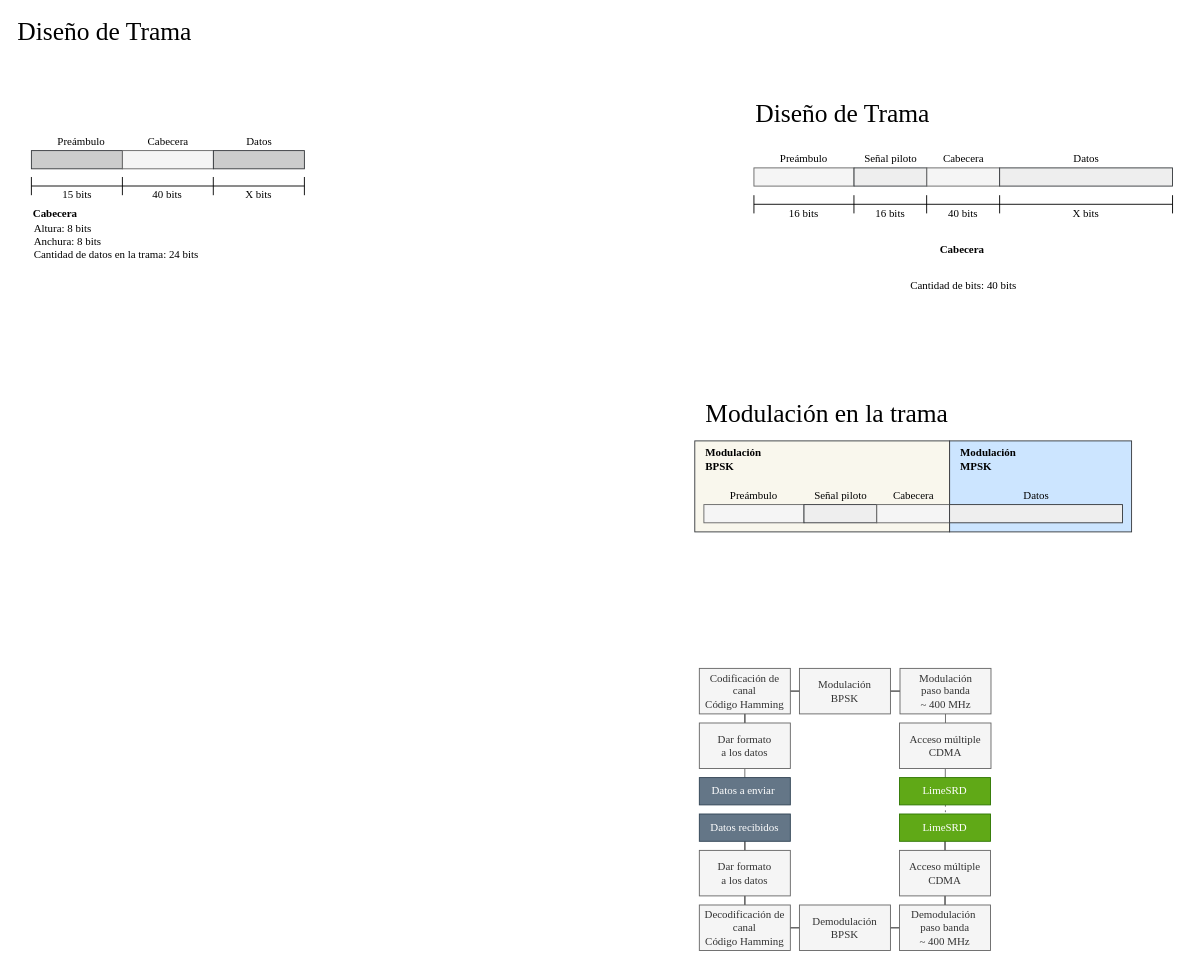
Earlier version of the draw.io diagram reporte/trama.drawio (luis-herasme/Hermes). Source tidied: cells renumbered, new cells numbered last; positions are measured from the earlier drawing's top-left corner, leaving out a move shared by most shapes. Both pictures are drawn from the tidied source at 91%, with x=0, y=0 at pixel (15, 22).
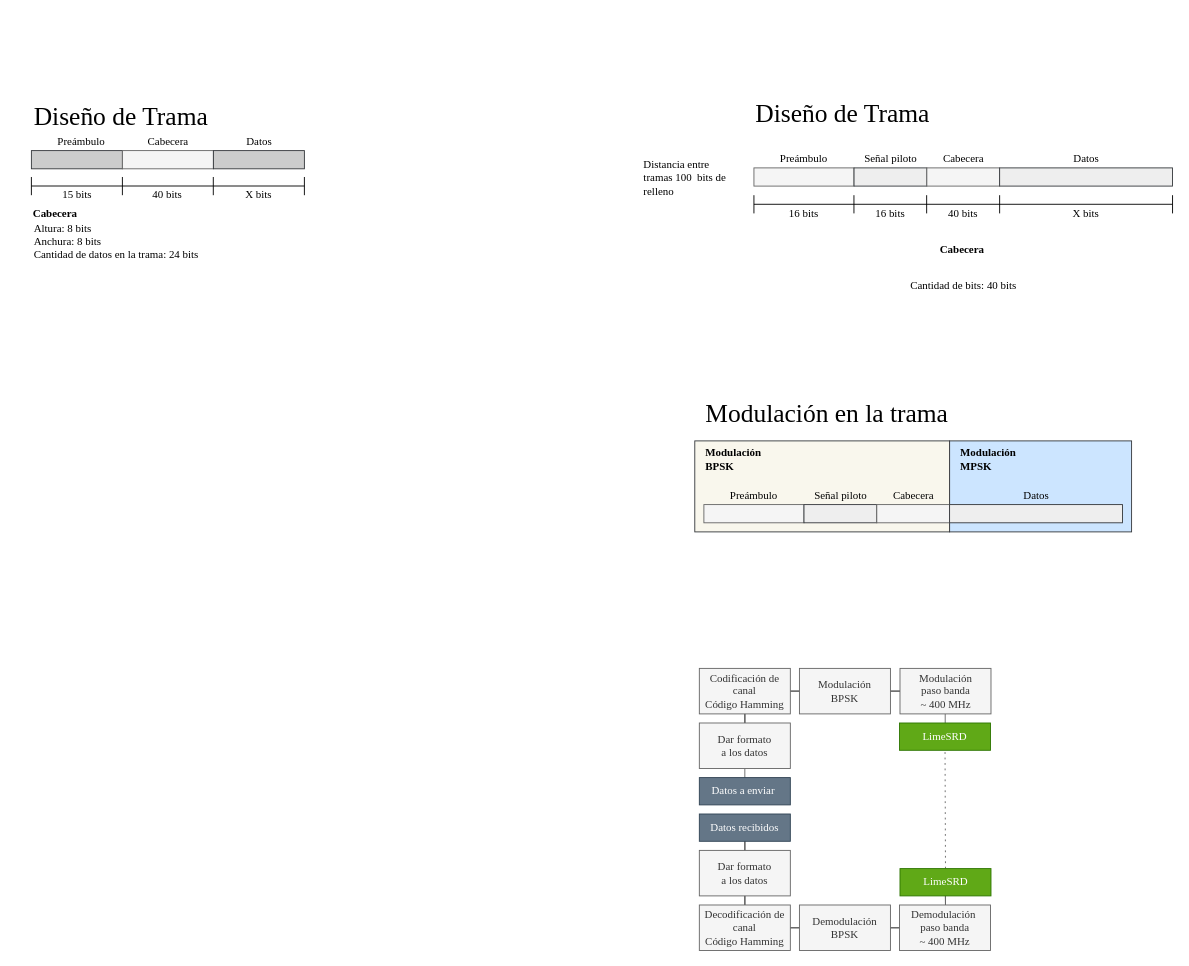
The same page after the edit.

Unchanged cells that the change refers to:
```xml
<mxCell id="61" value="Demodulación&lt;span&gt;&amp;nbsp;&lt;br&gt;paso banda&lt;br&gt;&lt;/span&gt;~&amp;nbsp;&lt;span&gt;400 MHz&lt;br&gt;&lt;/span&gt;" style="rounded=0;whiteSpace=wrap;html=1;fontFamily=Times New Roman;align=center;fillColor=#f5f5f5;strokeColor=#666666;fontColor=#333333;" parent="1" vertex="1">
  <mxGeometry x="971" y="970" width="100" height="50" as="geometry" />
</mxCell>
<mxCell id="62" value="&lt;span&gt;Modulación &lt;br&gt;paso banda&lt;br&gt;~ 400 MHz&lt;br&gt;&lt;/span&gt;" style="rounded=0;whiteSpace=wrap;html=1;fontFamily=Times New Roman;align=center;fillColor=#f5f5f5;strokeColor=#666666;fontColor=#333333;" parent="1" vertex="1">
  <mxGeometry x="971.5" y="710" width="100" height="50" as="geometry" />
</mxCell>
```

Change to the diagram source:
```diff
@@
-    <mxCell id="4" style="endArrow=none;dashed=1;html=1;fontFamily=Times New Roman;dashPattern=2 4;fillColor=#f5f5f5;strokeColor=#666666;jumpSize=10;" parent="1" edge="1">
-      <mxGeometry relative="1" as="geometry">
-        <mxPoint x="1021.5" y="880" as="sourcePoint" />
-        <mxPoint x="1021.3" y="840" as="targetPoint" />
-      </mxGeometry>
+    <mxCell id="4" style="endArrow=none;dashed=1;html=1;fontFamily=Times New Roman;dashPattern=2 4;fillColor=#f5f5f5;strokeColor=#666666;jumpSize=10;exitX=0.5;exitY=0;exitDx=0;exitDy=0;entryX=0.5;entryY=1;entryDx=0;entryDy=0;" parent="1" edge="1" source="49" target="47">
+      <mxGeometry relative="1" as="geometry" />
     </mxCell>
@@
-    <mxCell id="40" style="edgeStyle=orthogonalEdgeStyle;rounded=0;jettySize=auto;html=1;entryX=0.5;entryY=0;entryDx=0;entryDy=0;endArrow=none;endFill=0;fillColor=#f5f5f5;strokeColor=#666666;" parent="1" edge="1" source="62" target="46">
-      <mxGeometry relative="1" as="geometry" />
+    <mxCell id="40" style="edgeStyle=orthogonalEdgeStyle;rounded=0;jettySize=auto;html=1;entryX=0.5;entryY=0;entryDx=0;entryDy=0;endArrow=none;endFill=0;fillColor=#f5f5f5;strokeColor=#666666;" parent="1" edge="1" source="62">
+      <mxGeometry relative="1" as="geometry">
+        <mxPoint x="1021.2" y="770" as="targetPoint" />
+        <Array as="points">
+          <mxPoint x="1022" y="778" />
+        </Array>
+      </mxGeometry>
     </mxCell>
@@
-    <mxCell id="45" style="edgeStyle=orthogonalEdgeStyle;rounded=0;jettySize=auto;html=1;entryX=0.5;entryY=0;entryDx=0;entryDy=0;startArrow=none;startFill=0;endArrow=open;endFill=0;fontFamily=Times New Roman;fillColor=#f5f5f5;strokeColor=#666666;" parent="1" edge="1" source="46" target="47">
-      <mxGeometry relative="1" as="geometry" />
-    </mxCell>
-    <mxCell id="46" value="Acceso múltiple&lt;br&gt;CDMA" style="rounded=0;whiteSpace=wrap;html=1;fontFamily=Times New Roman;align=center;fillColor=#f5f5f5;strokeColor=#666666;fontColor=#333333;" parent="1" vertex="1">
-      <mxGeometry x="971" y="770" width="100.5" height="50" as="geometry" />
-    </mxCell>
     <mxCell id="47" value="&lt;span style=&quot;font-style: normal&quot;&gt;LimeSRD&lt;/span&gt;" style="rounded=0;whiteSpace=wrap;html=1;fontFamily=Times New Roman;align=center;fontStyle=2;horizontal=1;fillColor=#60a917;strokeColor=#2D7600;fontColor=#ffffff;" parent="1" vertex="1">
-      <mxGeometry x="971" y="830" width="100" height="30" as="geometry" />
+      <mxGeometry x="971" y="770" width="100" height="30" as="geometry" />
     </mxCell>
-    <mxCell id="48" style="edgeStyle=orthogonalEdgeStyle;rounded=0;jettySize=auto;html=1;entryX=0.5;entryY=0;entryDx=0;entryDy=0;startArrow=none;startFill=0;endArrow=none;endFill=0;fontFamily=Times New Roman;fillColor=#f5f5f5;strokeColor=#666666;" parent="1" edge="1" source="49" target="55">
-      <mxGeometry relative="1" as="geometry" />
+    <mxCell id="48" style="edgeStyle=orthogonalEdgeStyle;rounded=0;jettySize=auto;html=1;startArrow=none;startFill=0;endArrow=none;endFill=0;fontFamily=Times New Roman;fillColor=#f5f5f5;strokeColor=#666666;" parent="1" edge="1" source="49">
+      <mxGeometry relative="1" as="geometry">
+        <mxPoint x="1021" y="939" as="targetPoint" />
+        <Array as="points">
+          <mxPoint x="1022" y="972" />
+          <mxPoint x="1021" y="972" />
+        </Array>
+      </mxGeometry>
     </mxCell>
     <mxCell id="49" value="&lt;span style=&quot;font-style: normal&quot;&gt;LimeSRD&lt;/span&gt;" style="rounded=0;whiteSpace=wrap;html=1;fontFamily=Times New Roman;align=center;fontStyle=2;horizontal=1;fillColor=#60a917;strokeColor=#2D7600;fontColor=#ffffff;" parent="1" vertex="1">
-      <mxGeometry x="971" y="870" width="100" height="30" as="geometry" />
+      <mxGeometry x="971.5" y="930" width="100" height="30" as="geometry" />
     </mxCell>
@@
-    <mxCell id="54" style="edgeStyle=orthogonalEdgeStyle;rounded=0;jettySize=auto;html=1;entryX=0.5;entryY=0;entryDx=0;entryDy=0;endArrow=none;endFill=0;fillColor=#f5f5f5;strokeColor=#666666;" parent="1" edge="1" source="55" target="61">
-      <mxGeometry relative="1" as="geometry" />
-    </mxCell>
-    <mxCell id="55" value="Acceso múltiple&lt;br&gt;CDMA" style="rounded=0;whiteSpace=wrap;html=1;fontFamily=Times New Roman;align=center;fillColor=#f5f5f5;strokeColor=#666666;fontColor=#333333;" parent="1" vertex="1">
-      <mxGeometry x="971" y="910" width="100" height="50" as="geometry" />
-    </mxCell>
@@
     <mxCell id="65" value="&lt;font style=&quot;font-size: 28px&quot;&gt;Diseño de Trama&lt;/font&gt;" style="text;html=1;align=left;verticalAlign=middle;fontFamily=Times New Roman;" parent="1" vertex="1">
-      <mxGeometry x="-0.4" width="210" height="20" as="geometry" />
+      <mxGeometry x="17.5" y="93" width="210" height="20" as="geometry" />
     </mxCell>
@@
+    <mxCell id="80" value="&lt;div style=&quot;text-align: left&quot;&gt;&lt;span&gt;Distancia entre tramas 100&amp;nbsp; bits de relleno&lt;/span&gt;&lt;/div&gt;" style="text;html=1;strokeColor=none;fillColor=none;align=center;verticalAlign=middle;whiteSpace=wrap;rounded=0;fontFamily=Times New Roman;" parent="1" vertex="1">
+      <mxGeometry x="689" y="161" width="100" height="20" as="geometry" />
+    </mxCell>
```
